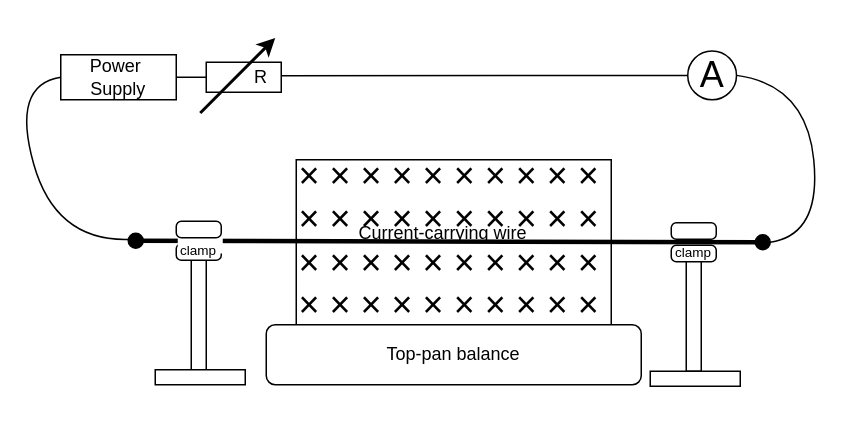
This is page "Page-1" (1 of 2) of drawio/MagneticForce_Experiment.drawio from netCIS0xD/testRepository, a draw.io file, before an edit. Source tidied: cells renumbered, new cells numbered last; positions are measured from the earlier drawing's top-left corner, leaving out a move shared by most shapes. Both pictures are drawn from the tidied source at 150%, with x=0, y=0 at pixel (10, 38).
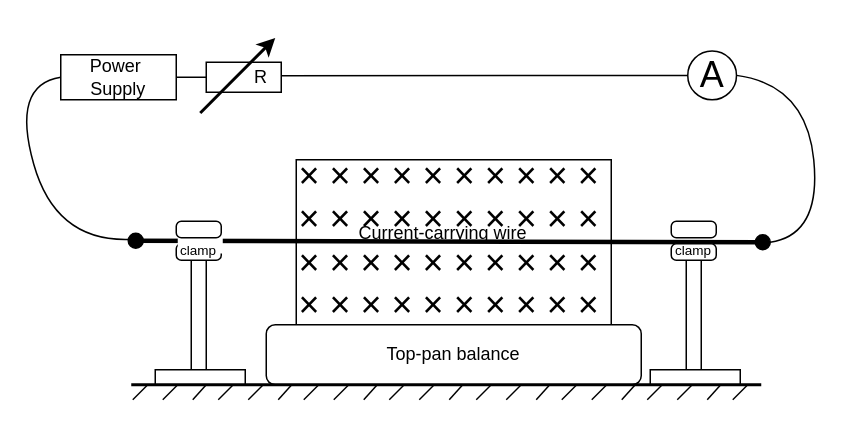
After the change.

Change to the diagram source:
```diff
@@
     <mxCell id="15" style="group;" parent="1" vertex="1">
-      <mxGeometry x="426" y="123" width="60" height="103" as="geometry" />
+      <mxGeometry x="426" y="122" width="60" height="103" as="geometry" />
     </mxCell>
@@
+    <mxCell id="29" style="endArrow=none;html=1;rounded=0;strokeWidth=2;" parent="1" edge="1">
+      <mxGeometry relative="1" as="geometry">
+        <mxPoint x="80" y="231" as="sourcePoint" />
+        <mxPoint x="500" y="231" as="targetPoint" />
+      </mxGeometry>
+    </mxCell>
+    <mxCell id="30" style="endArrow=none;html=1;rounded=0;" parent="1" edge="1">
+      <mxGeometry relative="1" as="geometry">
+        <mxPoint x="128" y="231.6" as="sourcePoint" />
+        <mxPoint x="128" y="231.6" as="targetPoint" />
+      </mxGeometry>
+    </mxCell>
+    <mxCell id="31" style="endArrow=none;html=1;rounded=0;" parent="1" edge="1">
+      <mxGeometry relative="1" as="geometry">
+        <mxPoint x="81" y="241" as="sourcePoint" />
+        <mxPoint x="91" y="231" as="targetPoint" />
+      </mxGeometry>
+    </mxCell>
+    <mxCell id="32" style="endArrow=none;html=1;rounded=0;" parent="1" edge="1">
+      <mxGeometry relative="1" as="geometry">
+        <mxPoint x="101" y="241" as="sourcePoint" />
+        <mxPoint x="111" y="231" as="targetPoint" />
+      </mxGeometry>
+    </mxCell>
+    <mxCell id="33" style="endArrow=none;html=1;rounded=0;" parent="1" edge="1">
+      <mxGeometry relative="1" as="geometry">
+        <mxPoint x="121" y="241" as="sourcePoint" />
+        <mxPoint x="130" y="231" as="targetPoint" />
+      </mxGeometry>
+    </mxCell>
+    <mxCell id="34" style="endArrow=none;html=1;rounded=0;" parent="1" edge="1">
+      <mxGeometry relative="1" as="geometry">
+        <mxPoint x="138" y="241" as="sourcePoint" />
+        <mxPoint x="148" y="231" as="targetPoint" />
+      </mxGeometry>
+    </mxCell>
+    <mxCell id="35" style="endArrow=none;html=1;rounded=0;" parent="1" edge="1">
+      <mxGeometry relative="1" as="geometry">
+        <mxPoint x="158" y="241" as="sourcePoint" />
+        <mxPoint x="168" y="231" as="targetPoint" />
+      </mxGeometry>
+    </mxCell>
+    <mxCell id="36" style="endArrow=none;html=1;rounded=0;" parent="1" edge="1">
+      <mxGeometry relative="1" as="geometry">
+        <mxPoint x="178" y="241" as="sourcePoint" />
+        <mxPoint x="187" y="231" as="targetPoint" />
+      </mxGeometry>
+    </mxCell>
+    <mxCell id="37" style="endArrow=none;html=1;rounded=0;" parent="1" edge="1">
+      <mxGeometry relative="1" as="geometry">
+        <mxPoint x="242" y="231.6" as="sourcePoint" />
+        <mxPoint x="242" y="231.6" as="targetPoint" />
+      </mxGeometry>
+    </mxCell>
+    <mxCell id="38" style="endArrow=none;html=1;rounded=0;" parent="1" edge="1">
+      <mxGeometry relative="1" as="geometry">
+        <mxPoint x="195" y="241" as="sourcePoint" />
+        <mxPoint x="205" y="231" as="targetPoint" />
+      </mxGeometry>
+    </mxCell>
+    <mxCell id="39" style="endArrow=none;html=1;rounded=0;" parent="1" edge="1">
+      <mxGeometry relative="1" as="geometry">
+        <mxPoint x="215" y="241" as="sourcePoint" />
+        <mxPoint x="225" y="231" as="targetPoint" />
+      </mxGeometry>
+    </mxCell>
+    <mxCell id="40" style="endArrow=none;html=1;rounded=0;" parent="1" edge="1">
+      <mxGeometry relative="1" as="geometry">
+        <mxPoint x="235" y="241" as="sourcePoint" />
+        <mxPoint x="244" y="231" as="targetPoint" />
+      </mxGeometry>
+    </mxCell>
+    <mxCell id="41" style="endArrow=none;html=1;rounded=0;" parent="1" edge="1">
+      <mxGeometry relative="1" as="geometry">
+        <mxPoint x="252" y="241" as="sourcePoint" />
+        <mxPoint x="262" y="231" as="targetPoint" />
+      </mxGeometry>
+    </mxCell>
+    <mxCell id="42" style="endArrow=none;html=1;rounded=0;" parent="1" edge="1">
+      <mxGeometry relative="1" as="geometry">
+        <mxPoint x="272" y="241" as="sourcePoint" />
+        <mxPoint x="282" y="231" as="targetPoint" />
+      </mxGeometry>
+    </mxCell>
+    <mxCell id="43" style="endArrow=none;html=1;rounded=0;" parent="1" edge="1">
+      <mxGeometry relative="1" as="geometry">
+        <mxPoint x="292" y="241" as="sourcePoint" />
+        <mxPoint x="301" y="231" as="targetPoint" />
+      </mxGeometry>
+    </mxCell>
+    <mxCell id="44" style="endArrow=none;html=1;rounded=0;" parent="1" edge="1">
+      <mxGeometry relative="1" as="geometry">
+        <mxPoint x="357" y="231.6" as="sourcePoint" />
+        <mxPoint x="357" y="231.6" as="targetPoint" />
+      </mxGeometry>
+    </mxCell>
+    <mxCell id="45" style="endArrow=none;html=1;rounded=0;" parent="1" edge="1">
+      <mxGeometry relative="1" as="geometry">
+        <mxPoint x="310" y="241" as="sourcePoint" />
+        <mxPoint x="320" y="231" as="targetPoint" />
+      </mxGeometry>
+    </mxCell>
+    <mxCell id="46" style="endArrow=none;html=1;rounded=0;" parent="1" edge="1">
+      <mxGeometry relative="1" as="geometry">
+        <mxPoint x="330" y="241" as="sourcePoint" />
+        <mxPoint x="340" y="231" as="targetPoint" />
+      </mxGeometry>
+    </mxCell>
+    <mxCell id="47" style="endArrow=none;html=1;rounded=0;" parent="1" edge="1">
+      <mxGeometry relative="1" as="geometry">
+        <mxPoint x="350" y="241" as="sourcePoint" />
+        <mxPoint x="359" y="231" as="targetPoint" />
+      </mxGeometry>
+    </mxCell>
+    <mxCell id="48" style="endArrow=none;html=1;rounded=0;" parent="1" edge="1">
+      <mxGeometry relative="1" as="geometry">
+        <mxPoint x="367" y="241" as="sourcePoint" />
+        <mxPoint x="377" y="231" as="targetPoint" />
+      </mxGeometry>
+    </mxCell>
+    <mxCell id="49" style="endArrow=none;html=1;rounded=0;" parent="1" edge="1">
+      <mxGeometry relative="1" as="geometry">
+        <mxPoint x="387" y="241" as="sourcePoint" />
+        <mxPoint x="397" y="231" as="targetPoint" />
+      </mxGeometry>
+    </mxCell>
+    <mxCell id="50" style="endArrow=none;html=1;rounded=0;" parent="1" edge="1">
+      <mxGeometry relative="1" as="geometry">
+        <mxPoint x="407" y="241" as="sourcePoint" />
+        <mxPoint x="416" y="231" as="targetPoint" />
+      </mxGeometry>
+    </mxCell>
+    <mxCell id="51" style="endArrow=none;html=1;rounded=0;" parent="1" edge="1">
+      <mxGeometry relative="1" as="geometry">
+        <mxPoint x="471" y="231.6" as="sourcePoint" />
+        <mxPoint x="471" y="231.6" as="targetPoint" />
+      </mxGeometry>
+    </mxCell>
+    <mxCell id="52" style="endArrow=none;html=1;rounded=0;" parent="1" edge="1">
+      <mxGeometry relative="1" as="geometry">
+        <mxPoint x="424" y="241" as="sourcePoint" />
+        <mxPoint x="434" y="231" as="targetPoint" />
+      </mxGeometry>
+    </mxCell>
+    <mxCell id="53" style="endArrow=none;html=1;rounded=0;" parent="1" edge="1">
+      <mxGeometry relative="1" as="geometry">
+        <mxPoint x="444" y="241" as="sourcePoint" />
+        <mxPoint x="454" y="231" as="targetPoint" />
+      </mxGeometry>
+    </mxCell>
+    <mxCell id="54" style="endArrow=none;html=1;rounded=0;" parent="1" edge="1">
+      <mxGeometry relative="1" as="geometry">
+        <mxPoint x="464" y="241" as="sourcePoint" />
+        <mxPoint x="473" y="231" as="targetPoint" />
+      </mxGeometry>
+    </mxCell>
+    <mxCell id="55" style="endArrow=none;html=1;rounded=0;" parent="1" edge="1">
+      <mxGeometry relative="1" as="geometry">
+        <mxPoint x="481" y="241" as="sourcePoint" />
+        <mxPoint x="491" y="231" as="targetPoint" />
+      </mxGeometry>
+    </mxCell>
```
